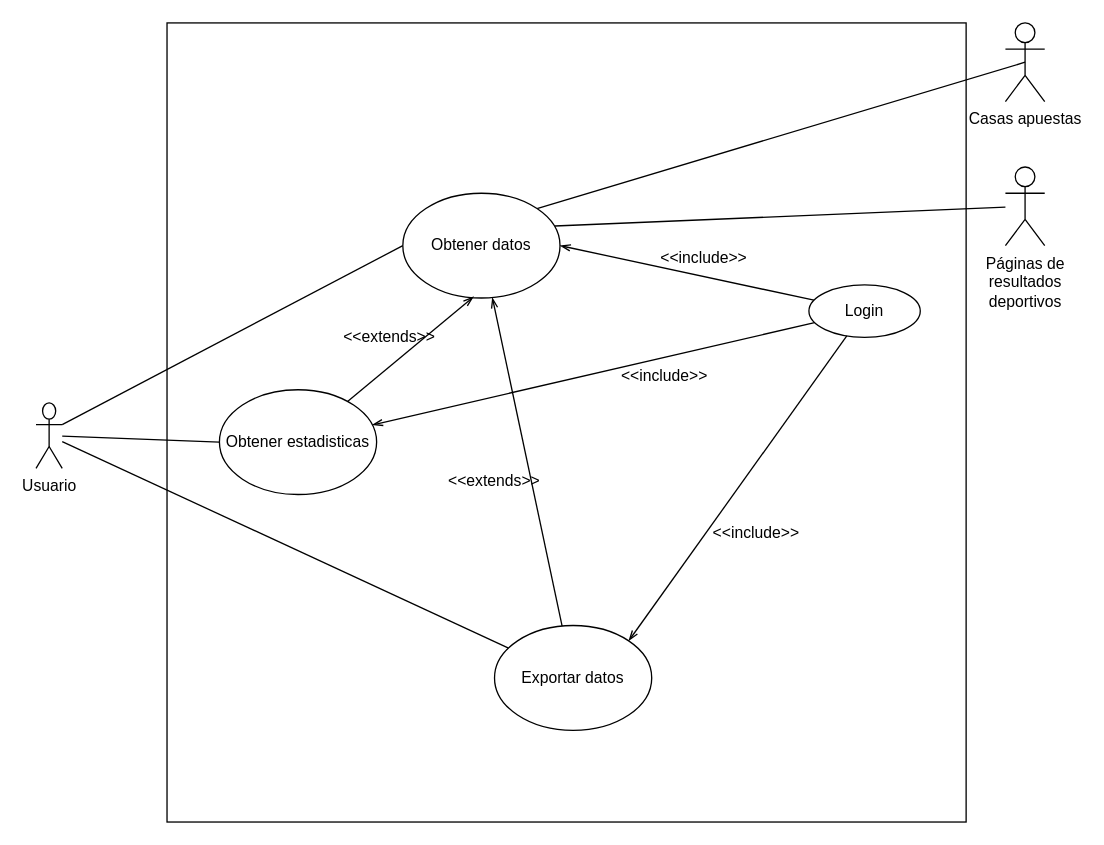
This is Casos_de_uso.drawio from JCAMRO5/Datos_deportivos, a draw.io file, before an edit. Source tidied: cells renumbered, new cells numbered last; positions are measured from the earlier drawing's top-left corner, leaving out a move shared by most shapes. Both pictures are drawn from the tidied source at 131%, with x=0, y=0 at pixel (35, 22).
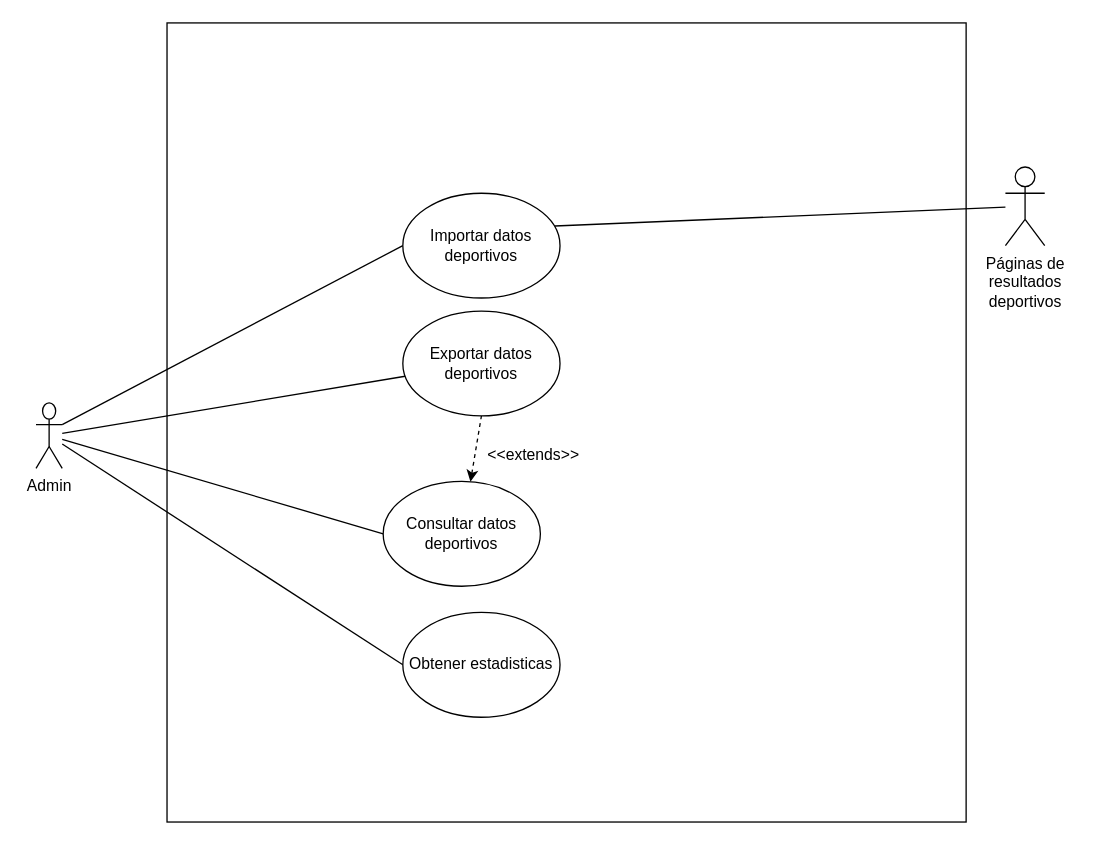
The same diagram, later.

The edit, as a diff of the source:
```diff
@@
-    <mxCell id="4" style="edgeStyle=none;rounded=0;jettySize=auto;html=1;endArrow=none;endFill=0;startArrow=openThin;startFill=0;" parent="1" edge="1" source="9" target="13">
-      <mxGeometry relative="1" as="geometry" />
-    </mxCell>
@@
+    <mxCell id="25" style="rounded=0;jettySize=auto;html=1;entryX=0;entryY=0.5;entryDx=0;entryDy=0;endArrow=none;endFill=0;" parent="1" edge="1" source="7" target="26">
+      <mxGeometry relative="1" as="geometry" />
+    </mxCell>
-    <mxCell id="7" value="Usuario" style="shape=umlActor;verticalLabelPosition=bottom;labelBackgroundColor=#ffffff;verticalAlign=top;html=1;outlineConnect=0;" parent="1" vertex="1">
+    <mxCell id="7" value="Admin" style="shape=umlActor;verticalLabelPosition=bottom;labelBackgroundColor=#ffffff;verticalAlign=top;html=1;outlineConnect=0;" parent="1" vertex="1">
       <mxGeometry y="290" width="20" height="50" as="geometry" />
     </mxCell>
-    <mxCell id="8" style="edgeStyle=none;rounded=0;jettySize=auto;html=1;exitX=1;exitY=0;exitDx=0;exitDy=0;entryX=0.5;entryY=0.5;entryDx=0;entryDy=0;entryPerimeter=0;endArrow=none;endFill=0;" parent="1" edge="1" source="9" target="10">
-      <mxGeometry relative="1" as="geometry" />
-    </mxCell>
-    <mxCell id="9" value="Obtener datos" style="ellipse;whiteSpace=wrap;html=1;" parent="1" vertex="1">
+    <mxCell id="9" value="Importar datos deportivos" style="ellipse;whiteSpace=wrap;html=1;" parent="1" vertex="1">
       <mxGeometry x="280" y="130" width="120" height="80" as="geometry" />
     </mxCell>
-    <mxCell id="10" value="Casas apuestas" style="shape=umlActor;verticalLabelPosition=bottom;labelBackgroundColor=#ffffff;verticalAlign=top;html=1;outlineConnect=0;" parent="1" vertex="1">
-      <mxGeometry x="740" width="30" height="60" as="geometry" />
-    </mxCell>
@@
-    <mxCell id="13" value="Exportar datos" style="ellipse;whiteSpace=wrap;html=1;" parent="1" vertex="1">
-      <mxGeometry x="350" y="460" width="120" height="80" as="geometry" />
+    <mxCell id="13" value="&lt;div&gt;Exportar datos&lt;/div&gt;&lt;div&gt;deportivos&lt;br&gt;&lt;/div&gt;" style="ellipse;whiteSpace=wrap;html=1;" parent="1" vertex="1">
+      <mxGeometry x="280" y="220" width="120" height="80" as="geometry" />
     </mxCell>
-    <mxCell id="14" style="rounded=0;jettySize=auto;html=1;endArrow=openThin;endFill=0;entryX=0.45;entryY=0.988;entryDx=0;entryDy=0;entryPerimeter=0;" parent="1" edge="1" source="15" target="9">
+    <mxCell id="14" style="rounded=0;jettySize=auto;html=1;endArrow=none;endFill=0;entryX=0.5;entryY=1;entryDx=0;entryDy=0;dashed=1;startArrow=classic;startFill=1;" parent="1" edge="1" source="26" target="13">
       <mxGeometry relative="1" as="geometry" />
     </mxCell>
     <mxCell id="15" value="Obtener estadisticas" style="ellipse;whiteSpace=wrap;html=1;" parent="1" vertex="1">
-      <mxGeometry x="140" y="280" width="120" height="80" as="geometry" />
+      <mxGeometry x="280" y="450" width="120" height="80" as="geometry" />
     </mxCell>
     <mxCell id="16" value="&amp;lt;&amp;lt;extends&amp;gt;&amp;gt;" style="text;html=1;strokeColor=none;fillColor=none;align=center;verticalAlign=middle;whiteSpace=wrap;rounded=0;" parent="1" vertex="1">
-      <mxGeometry x="330" y="340" width="40" height="20" as="geometry" />
+      <mxGeometry x="360" y="320" width="40" height="20" as="geometry" />
     </mxCell>
-    <mxCell id="17" value="&amp;lt;&amp;lt;extends&amp;gt;&amp;gt;" style="text;html=1;strokeColor=none;fillColor=none;align=center;verticalAlign=middle;whiteSpace=wrap;rounded=0;" parent="1" vertex="1">
-      <mxGeometry x="250" y="230" width="40" height="20" as="geometry" />
-    </mxCell>
-    <mxCell id="18" style="rounded=0;jettySize=auto;html=1;startArrow=none;startFill=0;endArrow=openThin;endFill=0;entryX=1;entryY=0.5;entryDx=0;entryDy=0;" parent="1" edge="1" source="20" target="9">
-      <mxGeometry relative="1" as="geometry" />
-    </mxCell>
-    <mxCell id="19" style="edgeStyle=none;rounded=0;jettySize=auto;html=1;endArrow=openThin;endFill=0;" parent="1" edge="1" source="20" target="15">
-      <mxGeometry relative="1" as="geometry" />
-    </mxCell>
-    <mxCell id="20" value="Login" style="ellipse;whiteSpace=wrap;html=1;fillColor=none;" parent="1" vertex="1">
-      <mxGeometry x="590" y="200" width="85" height="40" as="geometry" />
-    </mxCell>
-    <mxCell id="21" value="&amp;lt;&amp;lt;include&amp;gt;&amp;gt;" style="text;html=1;strokeColor=none;fillColor=none;align=center;verticalAlign=middle;whiteSpace=wrap;rounded=0;" parent="1" vertex="1">
-      <mxGeometry x="490" y="170" width="40" height="20" as="geometry" />
-    </mxCell>
-    <mxCell id="22" value="&amp;lt;&amp;lt;include&amp;gt;&amp;gt;" style="text;html=1;strokeColor=none;fillColor=none;align=center;verticalAlign=middle;whiteSpace=wrap;rounded=0;" parent="1" vertex="1">
-      <mxGeometry x="530" y="380" width="40" height="20" as="geometry" />
-    </mxCell>
-    <mxCell id="23" value="&amp;lt;&amp;lt;include&amp;gt;&amp;gt;" style="text;html=1;strokeColor=none;fillColor=none;align=center;verticalAlign=middle;whiteSpace=wrap;rounded=0;" parent="1" vertex="1">
-      <mxGeometry x="460" y="260" width="40" height="20" as="geometry" />
-    </mxCell>
-    <mxCell id="24" style="rounded=0;jettySize=auto;html=1;endArrow=openThin;endFill=0;entryX=1;entryY=0;entryDx=0;entryDy=0;" parent="1" edge="1" source="20" target="13">
-      <mxGeometry relative="1" as="geometry" />
-    </mxCell>
+    <mxCell id="26" value="&lt;div&gt;Consultar datos&lt;/div&gt;&lt;div&gt;deportivos&lt;br&gt;&lt;/div&gt;" style="ellipse;whiteSpace=wrap;html=1;" parent="1" vertex="1">
+      <mxGeometry x="265" y="350" width="120" height="80" as="geometry" />
+    </mxCell>
```
